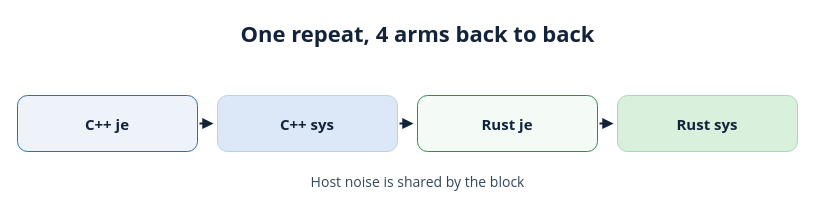
Earlier version of the draw.io diagram page "Interleaved repeat" (12 of 16) of diagrams/review/visual/thesis_v3_figures.drawio (VienThanh12/Master-Thesis). Source tidied: cells renumbered, new cells numbered last; positions are measured from the earlier drawing's top-left corner, leaving out a move shared by most shapes. Both pictures are drawn from the tidied source at 100%, with x=0, y=0 at pixel (17, 16).
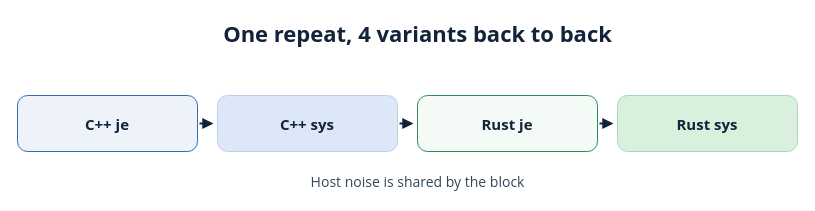
The same diagram, later.

What changed in the source:
```diff
@@
 <mxGraphModel>
   <root>
     <mxCell id="0" />
     <mxCell id="1" parent="0" />
-    <mxCell id="2" value="One repeat, 4 arms back to back" style="text;html=1;strokeColor=none;fillColor=none;whiteSpace=nowrap;align=center;verticalAlign=middle;fontSize=22;fontColor=#12233a;fontFamily=Segoe UI;fontStyle=1;" parent="1" vertex="1">
-      <mxGeometry x="214.2" y="0.1" width="371.7" height="33" as="geometry" />
+    <mxCell id="2" value="One repeat, 4 variants back to back" style="text;html=1;strokeColor=none;fillColor=none;whiteSpace=nowrap;align=center;verticalAlign=middle;fontSize=22;fontColor=#12233a;fontFamily=Segoe UI;fontStyle=1;" parent="1" vertex="1">
+      <mxGeometry x="190.2" y="0.1" width="419.6" height="33" as="geometry" />
     </mxCell>
     <mxCell id="3" value="C++ je" style="rounded=1;absoluteArcSize=1;arcSize=20;whiteSpace=wrap;html=1;fillColor=#eef3fa;strokeColor=#2f6db3;align=center;verticalAlign=middle;fontSize=15;fontColor=#12233a;fontFamily=Segoe UI;fontStyle=1;" parent="1" vertex="1">
       <mxGeometry y="79" width="180" height="56" as="geometry" />
     </mxCell>
     <mxCell id="4" style="html=1;rounded=0;strokeColor=#12233a;strokeWidth=2;endArrow=block;endFill=1;" parent="1" edge="1">
       <mxGeometry relative="1" as="geometry">
         <mxPoint x="182" y="107" as="sourcePoint" />
         <mxPoint x="196" y="107" as="targetPoint" />
       </mxGeometry>
     </mxCell>
     <mxCell id="5" value="C++ sys" style="rounded=1;absoluteArcSize=1;arcSize=20;whiteSpace=wrap;html=1;fillColor=#dce8f7;strokeColor=#bcd0e8;align=center;verticalAlign=middle;fontSize=15;fontColor=#12233a;fontFamily=Segoe UI;fontStyle=1;" parent="1" vertex="1">
       <mxGeometry x="200" y="79" width="180" height="56" as="geometry" />
     </mxCell>
     <mxCell id="6" style="html=1;rounded=0;strokeColor=#12233a;strokeWidth=2;endArrow=block;endFill=1;" parent="1" edge="1">
       <mxGeometry relative="1" as="geometry">
         <mxPoint x="382" y="107" as="sourcePoint" />
         <mxPoint x="396" y="107" as="targetPoint" />
       </mxGeometry>
     </mxCell>
     <mxCell id="7" value="Rust je" style="rounded=1;absoluteArcSize=1;arcSize=20;whiteSpace=wrap;html=1;fillColor=#f4fbf6;strokeColor=#2e8b57;align=center;verticalAlign=middle;fontSize=15;fontColor=#12233a;fontFamily=Segoe UI;fontStyle=1;" parent="1" vertex="1">
       <mxGeometry x="400" y="79" width="180" height="56" as="geometry" />
     </mxCell>
     <mxCell id="8" style="html=1;rounded=0;strokeColor=#12233a;strokeWidth=2;endArrow=block;endFill=1;" parent="1" edge="1">
       <mxGeometry relative="1" as="geometry">
         <mxPoint x="582" y="107" as="sourcePoint" />
         <mxPoint x="596" y="107" as="targetPoint" />
       </mxGeometry>
     </mxCell>
     <mxCell id="9" value="Rust sys" style="rounded=1;absoluteArcSize=1;arcSize=20;whiteSpace=wrap;html=1;fillColor=#d9f0dd;strokeColor=#a8d7bb;align=center;verticalAlign=middle;fontSize=15;fontColor=#12233a;fontFamily=Segoe UI;fontStyle=1;" parent="1" vertex="1">
       <mxGeometry x="600" y="79" width="180" height="56" as="geometry" />
     </mxCell>
     <mxCell id="10" value="Host noise is shared by the block" style="text;html=1;strokeColor=none;fillColor=none;whiteSpace=nowrap;align=center;verticalAlign=middle;fontSize=14;fontColor=#33475b;fontFamily=Segoe UI;" parent="1" vertex="1">
       <mxGeometry x="274.1" y="155.7" width="251.8" height="21" as="geometry" />
     </mxCell>
   </root>
 </mxGraphModel>
```
